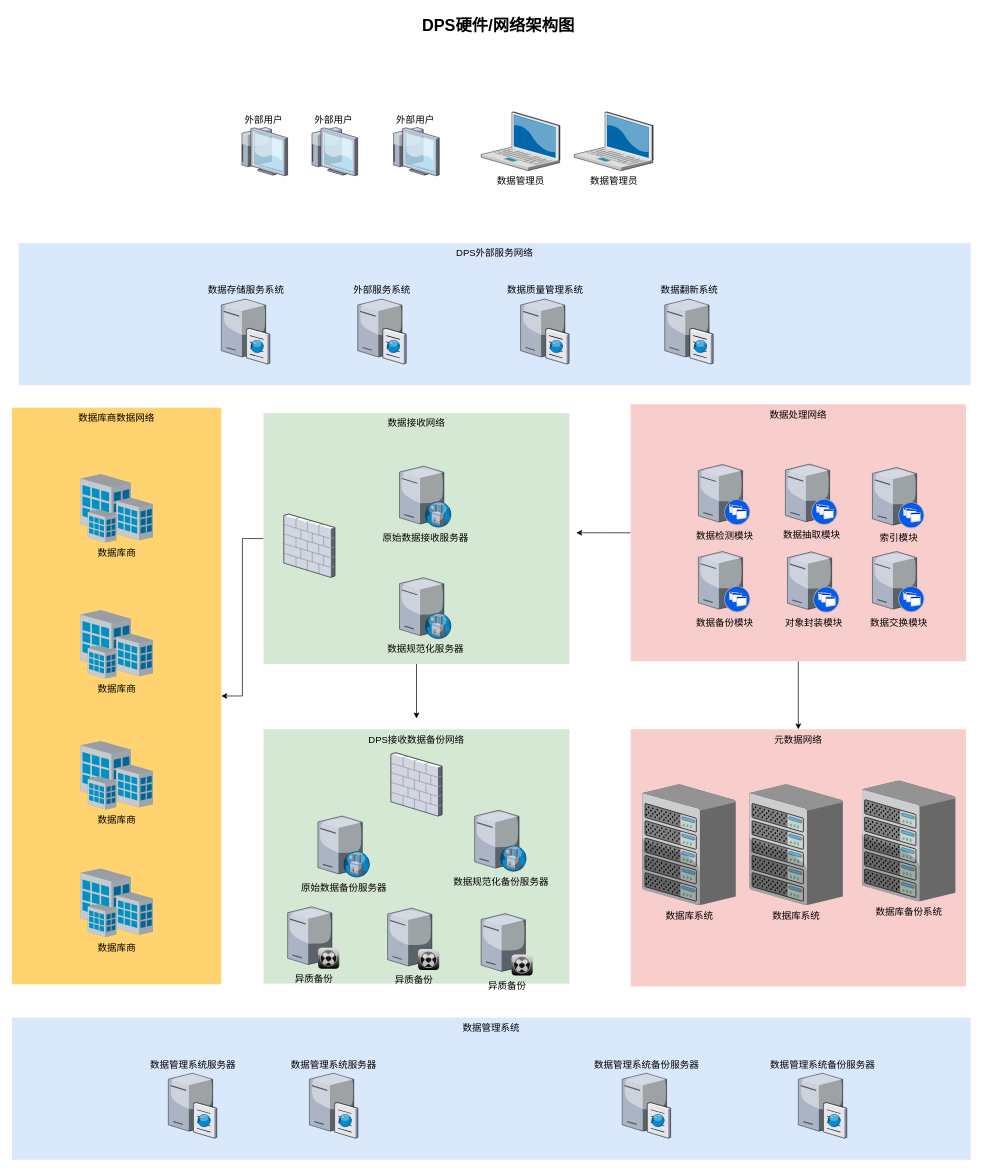
This is DPSNEW-hardwareall.drawio from czjczj20/draw.io, a draw.io file, before an edit. Source tidied: cells renumbered, new cells numbered last; positions are measured from the earlier drawing's top-left corner, leaving out a move shared by most shapes. Both pictures are drawn from the tidied source at 68%, with x=0, y=0 at pixel (12, 12).
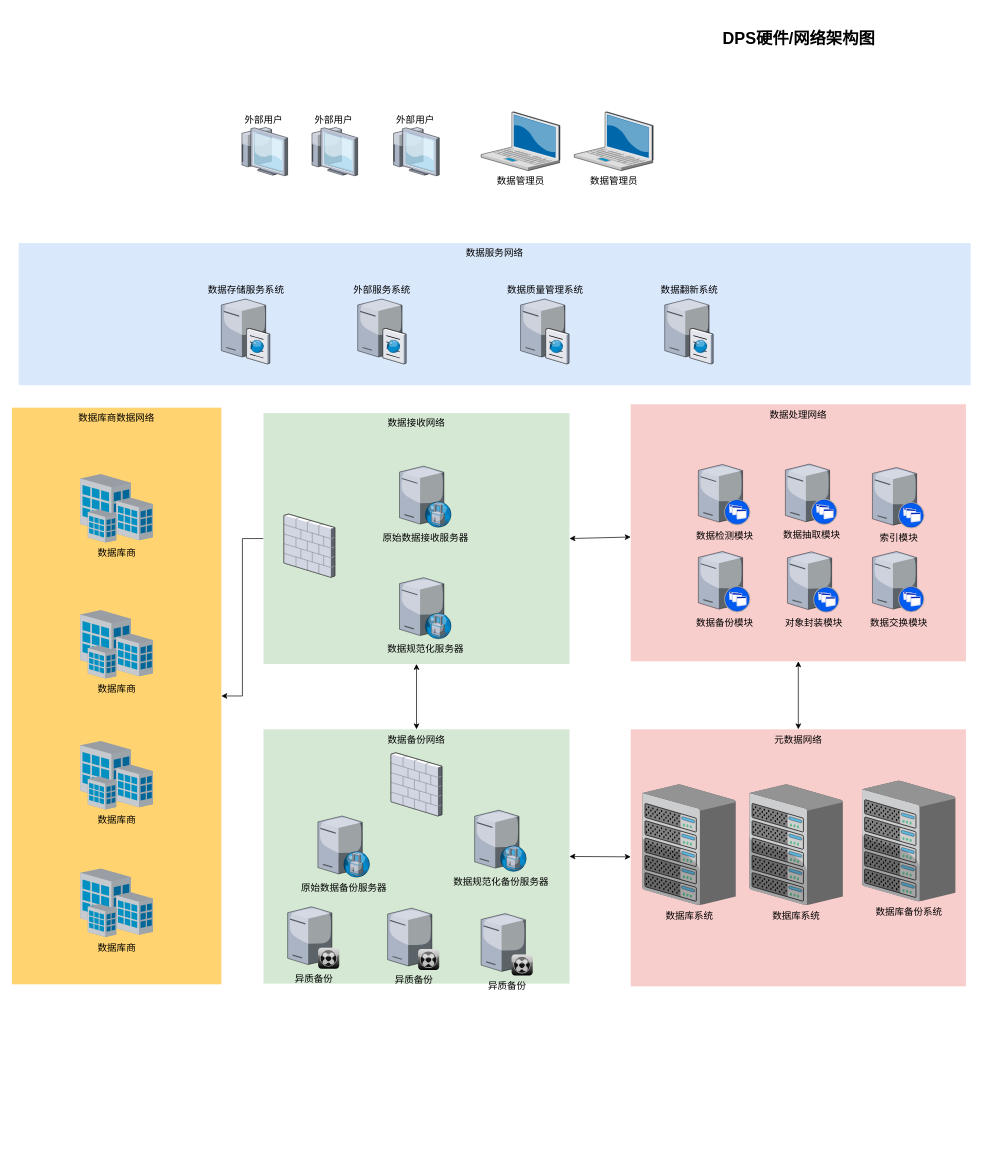
After the change.

The change refers to these unchanged cells:
```xml
<mxCell id="4" value="数据处理网络" style="whiteSpace=wrap;html=1;fillColor=#f8cecc;fontSize=14;strokeColor=none;verticalAlign=top;" parent="1" vertex="1">
  <mxGeometry x="910" y="577" width="493" height="378" as="geometry" />
</mxCell>
<mxCell id="5" value="元数据网络" style="whiteSpace=wrap;html=1;fillColor=#f8cecc;fontSize=14;strokeColor=none;verticalAlign=top;" parent="1" vertex="1">
  <mxGeometry x="910" y="1055" width="493" height="378" as="geometry" />
</mxCell>
<mxCell id="8" value="数据接收网络" style="whiteSpace=wrap;html=1;fillColor=#d5e8d4;fontSize=14;strokeColor=none;verticalAlign=top;" parent="1" vertex="1">
  <mxGeometry x="370" y="590" width="450" height="369" as="geometry" />
</mxCell>
```

Diff of the diagram source:
```diff
@@
-    <mxCell id="2" style="edgeStyle=orthogonalEdgeStyle;rounded=0;jettySize=auto;html=1;" parent="1" edge="1" source="4">
-      <mxGeometry relative="1" as="geometry">
-        <mxPoint x="830" y="766" as="targetPoint" />
-      </mxGeometry>
-    </mxCell>
-    <mxCell id="3" style="edgeStyle=orthogonalEdgeStyle;rounded=0;jettySize=auto;html=1;" parent="1" edge="1" source="4" target="5">
-      <mxGeometry relative="1" as="geometry" />
-    </mxCell>
@@
-    <mxCell id="7" style="edgeStyle=orthogonalEdgeStyle;rounded=0;jettySize=auto;html=1;" parent="1" edge="1" source="8">
-      <mxGeometry relative="1" as="geometry">
-        <mxPoint x="595" y="1039" as="targetPoint" />
-      </mxGeometry>
-    </mxCell>
@@
     <mxCell id="14" value="DPS硬件/网络架构图" style="text;strokeColor=none;fillColor=none;html=1;fontSize=24;fontStyle=1;verticalAlign=middle;align=center;" parent="1" vertex="1">
-      <mxGeometry x="20" width="1390" height="40" as="geometry" />
+      <mxGeometry x="868.5" y="20" width="576" height="40" as="geometry" />
     </mxCell>
@@
-    <mxCell id="26" value="DPS接收数据备份网络" style="whiteSpace=wrap;html=1;fillColor=#d5e8d4;fontSize=14;strokeColor=none;verticalAlign=top;" parent="1" vertex="1">
+    <mxCell id="26" value="数据备份网络" style="whiteSpace=wrap;html=1;fillColor=#d5e8d4;fontSize=14;strokeColor=none;verticalAlign=top;" parent="1" vertex="1">
       <mxGeometry x="370" y="1055" width="450" height="374" as="geometry" />
     </mxCell>
@@
-    <mxCell id="31" value="DPS外部服务网络" style="whiteSpace=wrap;html=1;fillColor=#dae8fc;fontSize=14;strokeColor=none;verticalAlign=top;" parent="1" vertex="1">
+    <mxCell id="31" value="数据服务网络" style="whiteSpace=wrap;html=1;fillColor=#dae8fc;fontSize=14;strokeColor=none;verticalAlign=top;" parent="1" vertex="1">
       <mxGeometry x="10" y="340" width="1400" height="209" as="geometry" />
     </mxCell>
@@
-    <mxCell id="38" value="数据管理系统" style="whiteSpace=wrap;html=1;fillColor=#dae8fc;fontSize=14;strokeColor=none;verticalAlign=top;" parent="1" vertex="1">
-      <mxGeometry y="1479" width="1410" height="209" as="geometry" />
-    </mxCell>
-    <mxCell id="39" value="数据管理系统服务器" style="verticalLabelPosition=top;html=1;verticalAlign=bottom;strokeColor=none;shape=mxgraph.citrix.cache_server;fillColor=#66B2FF;gradientColor=#0066CC;fontSize=14;labelPosition=center;align=center;" parent="1" vertex="1">
-      <mxGeometry x="230" y="1558.5" width="71" height="97.5" as="geometry" />
-    </mxCell>
-    <mxCell id="40" value="数据管理系统备份服务器" style="verticalLabelPosition=top;html=1;verticalAlign=bottom;strokeColor=none;shape=mxgraph.citrix.cache_server;fillColor=#66B2FF;gradientColor=#0066CC;fontSize=14;labelPosition=center;align=center;" parent="1" vertex="1">
-      <mxGeometry x="897.5" y="1558.5" width="71" height="97.5" as="geometry" />
-    </mxCell>
-    <mxCell id="41" value="数据管理系统服务器" style="verticalLabelPosition=top;html=1;verticalAlign=bottom;strokeColor=none;shape=mxgraph.citrix.cache_server;fillColor=#66B2FF;gradientColor=#0066CC;fontSize=14;labelPosition=center;align=center;" parent="1" vertex="1">
-      <mxGeometry x="437.5" y="1558.5" width="71" height="97.5" as="geometry" />
-    </mxCell>
-    <mxCell id="42" value="数据管理系统备份服务器" style="verticalLabelPosition=top;html=1;verticalAlign=bottom;strokeColor=none;shape=mxgraph.citrix.cache_server;fillColor=#66B2FF;gradientColor=#0066CC;fontSize=14;labelPosition=center;align=center;" parent="1" vertex="1">
-      <mxGeometry x="1156.5" y="1558.5" width="71" height="97.5" as="geometry" />
-    </mxCell>
@@
+    <mxCell id="49" style="endArrow=classic;startArrow=classic;html=1;entryX=1;entryY=0.5;entryDx=0;entryDy=0;" parent="1" edge="1" source="5" target="26">
+      <mxGeometry relative="1" as="geometry" />
+    </mxCell>
+    <mxCell id="50" style="endArrow=classic;startArrow=classic;html=1;entryX=0.5;entryY=1;entryDx=0;entryDy=0;" parent="1" edge="1" source="26" target="8">
+      <mxGeometry relative="1" as="geometry" />
+    </mxCell>
+    <mxCell id="51" style="endArrow=classic;startArrow=classic;html=1;entryX=0.5;entryY=1;entryDx=0;entryDy=0;exitX=0.5;exitY=0;exitDx=0;exitDy=0;" parent="1" edge="1" source="5" target="4">
+      <mxGeometry relative="1" as="geometry" />
+    </mxCell>
+    <mxCell id="52" style="endArrow=classic;startArrow=classic;html=1;exitX=1;exitY=0.5;exitDx=0;exitDy=0;" parent="1" edge="1" source="8" target="4">
+      <mxGeometry relative="1" as="geometry" />
+    </mxCell>
```
